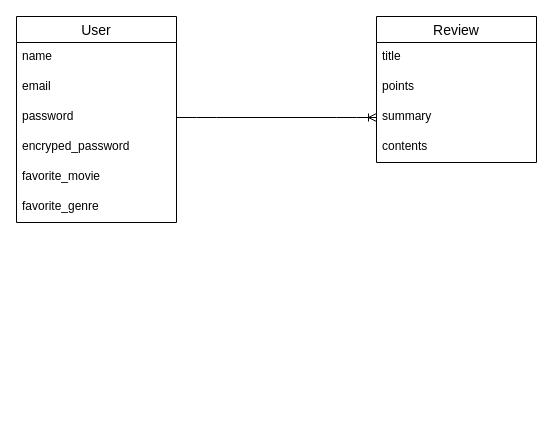
Above: erfile.dio in myeongju24/movie-review (draw.io), before the change. Source tidied: cells renumbered, new cells numbered last; positions are measured from the earlier drawing's top-left corner, leaving out a move shared by most shapes. Both pictures are drawn from the tidied source at 100%, with x=0, y=0 at pixel (16, 16).
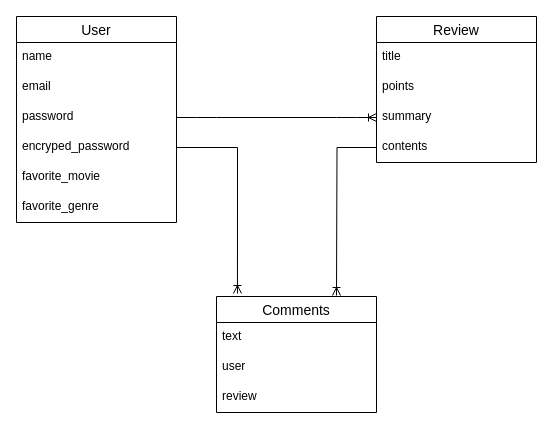
The same diagram, later.

Commit message (it also covers changes not shown here):
er図とreadmeの改変

The change refers to these unchanged cells:
```xml
<mxCell id="6" value="contents" style="text;strokeColor=none;fillColor=none;spacingLeft=4;spacingRight=4;overflow=hidden;points=[[0,0.5],[1,0.5]];portConstraint=eastwest;fontSize=12;align=left;" parent="2" vertex="1">
  <mxGeometry y="116" width="160" height="30" as="geometry" />
</mxCell>
<mxCell id="11" value="encryped_password" style="text;strokeColor=none;fillColor=none;spacingLeft=4;spacingRight=4;overflow=hidden;points=[[0,0.5],[1,0.5]];portConstraint=eastwest;fontSize=12;align=left;" parent="7" vertex="1">
  <mxGeometry y="116" width="160" height="30" as="geometry" />
</mxCell>
```

What changed in the source:
```diff
@@
+    <mxCell id="15" value="Comments" style="swimlane;fontStyle=0;horizontal=1;startSize=26;align=center;fontSize=14;" parent="1" vertex="1">
+      <mxGeometry x="200" y="280" width="160" height="116" as="geometry" />
+    </mxCell>
+    <mxCell id="16" value="text" style="text;strokeColor=none;fillColor=none;spacingLeft=4;spacingRight=4;overflow=hidden;fontSize=12;" parent="15" vertex="1">
+      <mxGeometry y="26" width="160" height="30" as="geometry" />
+    </mxCell>
+    <mxCell id="17" value="user" style="text;strokeColor=none;fillColor=none;spacingLeft=4;spacingRight=4;overflow=hidden;fontSize=12;align=left;" parent="15" vertex="1">
+      <mxGeometry y="56" width="160" height="30" as="geometry" />
+    </mxCell>
+    <mxCell id="18" value="review" style="text;strokeColor=none;fillColor=none;spacingLeft=4;spacingRight=4;overflow=hidden;fontSize=12;align=left;" parent="15" vertex="1">
+      <mxGeometry y="86" width="160" height="30" as="geometry" />
+    </mxCell>
+    <mxCell id="19" style="edgeStyle=orthogonalEdgeStyle;rounded=0;jettySize=auto;html=1;exitX=0;exitY=0.5;exitDx=0;exitDy=0;endArrow=ERoneToMany;endFill=0;" parent="1" edge="1" source="6">
+      <mxGeometry relative="1" as="geometry">
+        <mxPoint x="320" y="279" as="targetPoint" />
+      </mxGeometry>
+    </mxCell>
+    <mxCell id="20" style="edgeStyle=orthogonalEdgeStyle;rounded=0;jettySize=auto;html=1;exitX=1;exitY=0.5;exitDx=0;exitDy=0;endArrow=ERoneToMany;endFill=0;entryX=0.131;entryY=-0.026;entryDx=0;entryDy=0;entryPerimeter=0;" parent="1" edge="1" source="11" target="15">
+      <mxGeometry relative="1" as="geometry" />
+    </mxCell>
```
